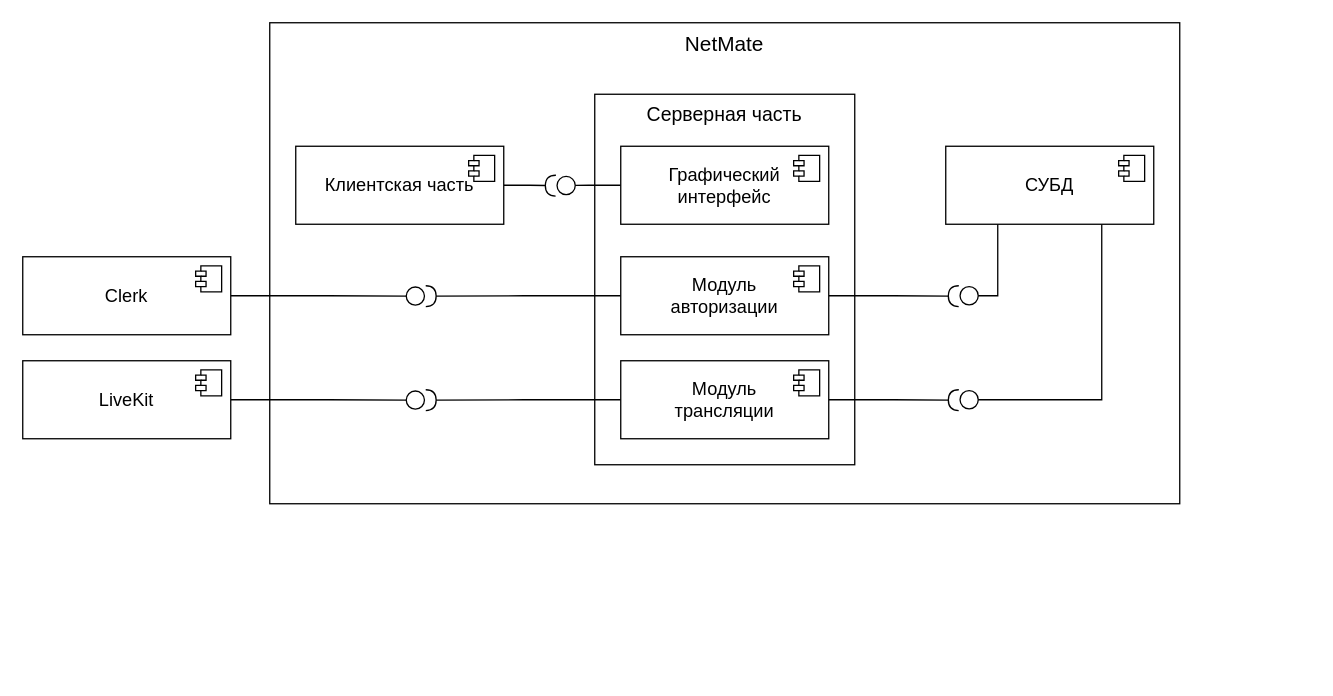
Above: page "Страница — 2" (2 of 3) of Курсовая Работа/Архитектура/Диаграмма компонентов.drawio in FaceMan01/Homework (draw.io), before the change. Source tidied: cells renumbered, new cells numbered last; positions are measured from the earlier drawing's top-left corner, leaving out a move shared by most shapes. Both pictures are drawn from the tidied source at 130%, with x=0, y=0 at pixel (22, 22).
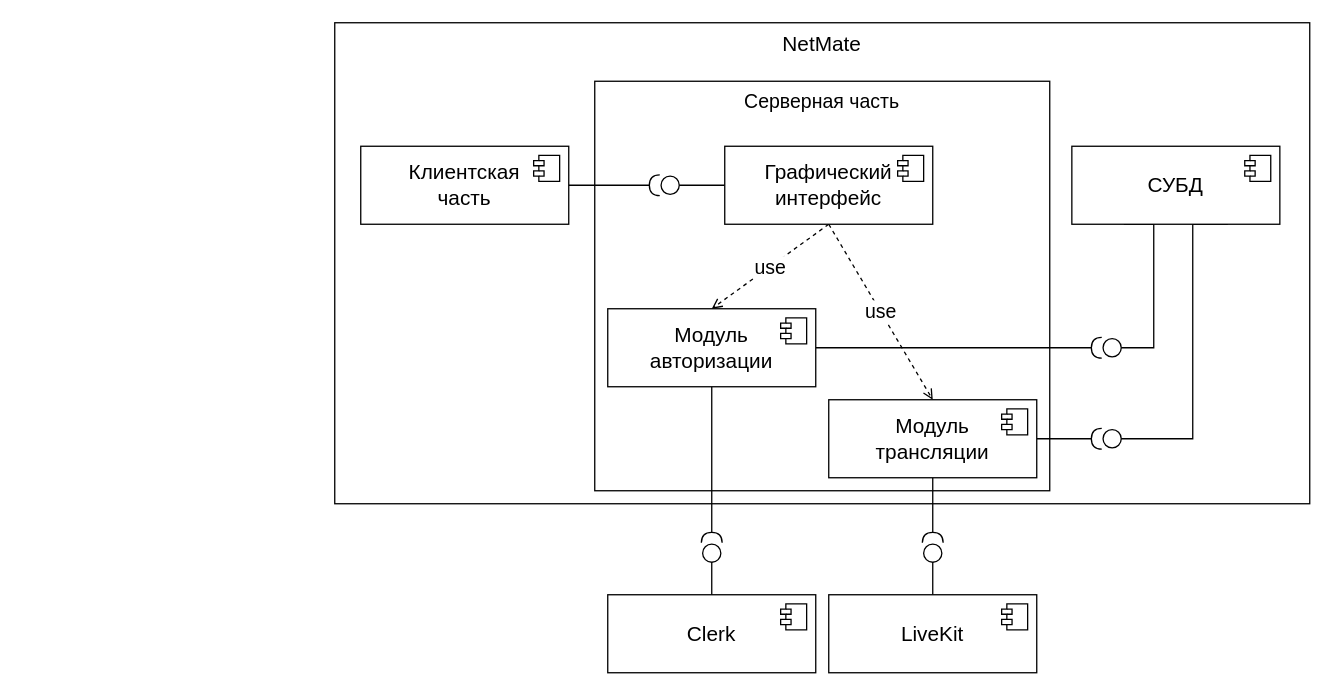
The same page after the edit.

What changed in the source:
```diff
@@
     <mxCell id="2" value="&lt;font style=&quot;font-size: 16px;&quot;&gt;NetMate&lt;/font&gt;" style="rounded=0;whiteSpace=wrap;html=1;align=center;verticalAlign=top;labelPosition=center;verticalLabelPosition=middle;" parent="1" vertex="1">
-      <mxGeometry x="190" width="700" height="370" as="geometry" />
+      <mxGeometry x="240" width="750" height="370" as="geometry" />
     </mxCell>
     <mxCell id="3" value="Серверная часть" style="html=1;whiteSpace=wrap;verticalAlign=top;fontSize=15;" parent="1" vertex="1">
-      <mxGeometry x="440" y="55" width="200" height="285" as="geometry" />
+      <mxGeometry x="440" y="45" width="350" height="315" as="geometry" />
     </mxCell>
-    <mxCell id="4" style="edgeStyle=orthogonalEdgeStyle;rounded=0;jettySize=auto;html=1;exitX=1;exitY=0.5;exitDx=0;exitDy=0;endArrow=halfCircle;endFill=0;" parent="1" edge="1" source="5">
+    <mxCell id="4" style="edgeStyle=orthogonalEdgeStyle;rounded=0;jettySize=auto;html=1;exitX=1;exitY=0.5;exitDx=0;exitDy=0;endArrow=halfCircle;endFill=0;fontSize=16;" parent="1" edge="1" source="5">
       <mxGeometry relative="1" as="geometry">
-        <mxPoint x="410" y="125.3" as="targetPoint" />
+        <mxPoint x="490" y="125" as="targetPoint" />
       </mxGeometry>
     </mxCell>
-    <mxCell id="5" value="&lt;span style=&quot;font-size: 14px;&quot;&gt;Клиентская часть&lt;/span&gt;" style="html=1;whiteSpace=wrap;fontSize=14;fontStyle=0;" parent="1" vertex="1">
-      <mxGeometry x="210" y="95" width="160" height="60" as="geometry" />
+    <mxCell id="5" value="&lt;span style=&quot;font-size: 16px;&quot;&gt;Клиентская&lt;br&gt;часть&lt;/span&gt;" style="html=1;whiteSpace=wrap;fontSize=16;fontStyle=0;" parent="1" vertex="1">
+      <mxGeometry x="260" y="95" width="160" height="60" as="geometry" />
     </mxCell>
-    <mxCell id="6" style="shape=module;jettyWidth=8;jettyHeight=4;fontSize=14;" parent="5" vertex="1">
+    <mxCell id="6" style="shape=module;jettyWidth=8;jettyHeight=4;fontSize=16;" parent="5" vertex="1">
       <mxGeometry x="1" width="20" height="20" relative="1" as="geometry">
         <mxPoint x="-27" y="7" as="offset" />
       </mxGeometry>
     </mxCell>
-    <mxCell id="7" style="edgeStyle=orthogonalEdgeStyle;rounded=0;jettySize=auto;html=1;exitX=0.25;exitY=1;exitDx=0;exitDy=0;endArrow=circle;endFill=0;" parent="1" edge="1" source="9">
-      <mxGeometry relative="1" as="geometry">
-        <mxPoint x="720" y="210" as="targetPoint" />
-        <Array as="points">
-          <mxPoint x="750" y="210" />
-        </Array>
-      </mxGeometry>
-    </mxCell>
-    <mxCell id="8" style="edgeStyle=orthogonalEdgeStyle;rounded=0;jettySize=auto;html=1;exitX=0.75;exitY=1;exitDx=0;exitDy=0;endArrow=circle;endFill=0;" parent="1" edge="1" source="9">
-      <mxGeometry relative="1" as="geometry">
-        <mxPoint x="720" y="290" as="targetPoint" />
-        <Array as="points">
-          <mxPoint x="830" y="290" />
-        </Array>
-      </mxGeometry>
-    </mxCell>
+    <mxCell id="28" style="edgeStyle=orthogonalEdgeStyle;rounded=0;jettySize=auto;html=1;exitX=0.25;exitY=1;exitDx=0;exitDy=0;endArrow=circle;endFill=0;" parent="1" edge="1" source="9">
+      <mxGeometry relative="1" as="geometry">
+        <mxPoint x="830" y="250" as="targetPoint" />
+        <Array as="points">
+          <mxPoint x="870" y="155" />
+          <mxPoint x="870" y="250" />
+        </Array>
+      </mxGeometry>
+    </mxCell>
+    <mxCell id="29" style="edgeStyle=orthogonalEdgeStyle;rounded=0;jettySize=auto;html=1;exitX=0.75;exitY=1;exitDx=0;exitDy=0;endArrow=circle;endFill=0;" parent="1" edge="1" source="9">
+      <mxGeometry relative="1" as="geometry">
+        <mxPoint x="830" y="320" as="targetPoint" />
+        <Array as="points">
+          <mxPoint x="900" y="155" />
+          <mxPoint x="900" y="320" />
+        </Array>
+      </mxGeometry>
+    </mxCell>
-    <mxCell id="9" value="&lt;span style=&quot;font-size: 14px;&quot;&gt;СУБД&lt;/span&gt;" style="html=1;whiteSpace=wrap;fontSize=14;fontStyle=0;" parent="1" vertex="1">
-      <mxGeometry x="710" y="95" width="160" height="60" as="geometry" />
+    <mxCell id="9" value="&lt;span style=&quot;font-size: 16px;&quot;&gt;СУБД&lt;/span&gt;" style="html=1;whiteSpace=wrap;fontSize=16;fontStyle=0;" parent="1" vertex="1">
+      <mxGeometry x="807" y="95" width="160" height="60" as="geometry" />
     </mxCell>
-    <mxCell id="10" style="shape=module;jettyWidth=8;jettyHeight=4;fontSize=14;" parent="9" vertex="1">
+    <mxCell id="10" style="shape=module;jettyWidth=8;jettyHeight=4;fontSize=16;" parent="9" vertex="1">
       <mxGeometry x="1" width="20" height="20" relative="1" as="geometry">
         <mxPoint x="-27" y="7" as="offset" />
       </mxGeometry>
     </mxCell>
-    <mxCell id="11" style="edgeStyle=orthogonalEdgeStyle;rounded=0;jettySize=auto;html=1;exitX=1;exitY=0.5;exitDx=0;exitDy=0;endArrow=halfCircle;endFill=0;" parent="1" edge="1" source="13">
-      <mxGeometry relative="1" as="geometry">
-        <mxPoint x="720" y="210.3" as="targetPoint" />
-      </mxGeometry>
-    </mxCell>
-    <mxCell id="12" style="edgeStyle=orthogonalEdgeStyle;rounded=0;jettySize=auto;html=1;exitX=0;exitY=0.5;exitDx=0;exitDy=0;endArrow=halfCircle;endFill=0;" parent="1" edge="1" source="13">
-      <mxGeometry relative="1" as="geometry">
-        <mxPoint x="310" y="210.3" as="targetPoint" />
-      </mxGeometry>
-    </mxCell>
+    <mxCell id="30" style="edgeStyle=orthogonalEdgeStyle;rounded=0;jettySize=auto;html=1;exitX=0.5;exitY=1;exitDx=0;exitDy=0;fontSize=16;endArrow=halfCircle;endFill=0;" parent="1" edge="1" source="13">
+      <mxGeometry relative="1" as="geometry">
+        <mxPoint x="530" y="400" as="targetPoint" />
+      </mxGeometry>
+    </mxCell>
+    <mxCell id="31" style="edgeStyle=orthogonalEdgeStyle;rounded=0;jettySize=auto;html=1;exitX=1;exitY=0.5;exitDx=0;exitDy=0;endArrow=halfCircle;endFill=0;" parent="1" edge="1" source="13">
+      <mxGeometry relative="1" as="geometry">
+        <mxPoint x="830" y="250" as="targetPoint" />
+      </mxGeometry>
+    </mxCell>
-    <mxCell id="13" value="&lt;span style=&quot;font-size: 14px;&quot;&gt;Модуль&lt;br&gt;авторизации&lt;/span&gt;" style="html=1;whiteSpace=wrap;fontSize=14;fontStyle=0;" parent="1" vertex="1">
-      <mxGeometry x="460" y="180" width="160" height="60" as="geometry" />
+    <mxCell id="13" value="&lt;span style=&quot;font-size: 16px;&quot;&gt;Модуль&lt;br style=&quot;font-size: 16px;&quot;&gt;авторизации&lt;/span&gt;" style="html=1;whiteSpace=wrap;fontSize=16;fontStyle=0;" parent="1" vertex="1">
+      <mxGeometry x="450" y="220" width="160" height="60" as="geometry" />
     </mxCell>
-    <mxCell id="14" style="shape=module;jettyWidth=8;jettyHeight=4;fontSize=14;" parent="13" vertex="1">
+    <mxCell id="14" style="shape=module;jettyWidth=8;jettyHeight=4;fontSize=16;" parent="13" vertex="1">
       <mxGeometry x="1" width="20" height="20" relative="1" as="geometry">
         <mxPoint x="-27" y="7" as="offset" />
       </mxGeometry>
     </mxCell>
-    <mxCell id="15" style="edgeStyle=orthogonalEdgeStyle;rounded=0;jettySize=auto;html=1;exitX=1;exitY=0.5;exitDx=0;exitDy=0;endArrow=halfCircle;endFill=0;" parent="1" edge="1" source="17">
-      <mxGeometry relative="1" as="geometry">
-        <mxPoint x="720" y="290.3" as="targetPoint" />
-      </mxGeometry>
-    </mxCell>
-    <mxCell id="16" style="edgeStyle=orthogonalEdgeStyle;rounded=0;jettySize=auto;html=1;exitX=0;exitY=0.5;exitDx=0;exitDy=0;endArrow=halfCircle;endFill=0;" parent="1" edge="1" source="17">
-      <mxGeometry relative="1" as="geometry">
-        <mxPoint x="310" y="290.3" as="targetPoint" />
-      </mxGeometry>
-    </mxCell>
+    <mxCell id="32" style="edgeStyle=orthogonalEdgeStyle;rounded=0;jettySize=auto;html=1;exitX=0.5;exitY=1;exitDx=0;exitDy=0;fontSize=16;endArrow=halfCircle;endFill=0;" parent="1" edge="1" source="17">
+      <mxGeometry relative="1" as="geometry">
+        <mxPoint x="700" y="400" as="targetPoint" />
+      </mxGeometry>
+    </mxCell>
+    <mxCell id="33" style="edgeStyle=orthogonalEdgeStyle;rounded=0;jettySize=auto;html=1;exitX=1;exitY=0.5;exitDx=0;exitDy=0;endArrow=halfCircle;endFill=0;" parent="1" edge="1" source="17">
+      <mxGeometry relative="1" as="geometry">
+        <mxPoint x="830" y="320" as="targetPoint" />
+      </mxGeometry>
+    </mxCell>
-    <mxCell id="17" value="&lt;span style=&quot;font-size: 14px;&quot;&gt;Модуль &lt;br&gt;трансляции&lt;/span&gt;" style="html=1;whiteSpace=wrap;fontSize=14;fontStyle=0;" parent="1" vertex="1">
-      <mxGeometry x="460" y="260" width="160" height="60" as="geometry" />
+    <mxCell id="17" value="&lt;span style=&quot;font-size: 16px;&quot;&gt;Модуль &lt;br style=&quot;font-size: 16px;&quot;&gt;трансляции&lt;/span&gt;" style="html=1;whiteSpace=wrap;fontSize=16;fontStyle=0;" parent="1" vertex="1">
+      <mxGeometry x="620" y="290" width="160" height="60" as="geometry" />
     </mxCell>
-    <mxCell id="18" style="shape=module;jettyWidth=8;jettyHeight=4;fontSize=14;" parent="17" vertex="1">
+    <mxCell id="18" style="shape=module;jettyWidth=8;jettyHeight=4;fontSize=16;" parent="17" vertex="1">
       <mxGeometry x="1" width="20" height="20" relative="1" as="geometry">
         <mxPoint x="-27" y="7" as="offset" />
       </mxGeometry>
     </mxCell>
-    <mxCell id="19" style="edgeStyle=orthogonalEdgeStyle;rounded=0;jettySize=auto;html=1;exitX=0;exitY=0.5;exitDx=0;exitDy=0;endArrow=circle;endFill=0;" parent="1" edge="1" source="20">
+    <mxCell id="19" style="edgeStyle=orthogonalEdgeStyle;rounded=0;jettySize=auto;html=1;exitX=0;exitY=0.5;exitDx=0;exitDy=0;endArrow=circle;endFill=0;fontSize=16;" parent="1" edge="1" source="20">
       <mxGeometry relative="1" as="geometry">
-        <mxPoint x="410" y="125.3" as="targetPoint" />
+        <mxPoint x="490" y="125" as="targetPoint" />
       </mxGeometry>
     </mxCell>
+    <mxCell id="34" value="use" style="rounded=0;jettySize=auto;html=1;exitX=0.5;exitY=1;exitDx=0;exitDy=0;entryX=0.5;entryY=0;entryDx=0;entryDy=0;dashed=1;endArrow=open;endFill=0;fontSize=15;" parent="1" edge="1" source="20" target="13">
+      <mxGeometry relative="1" as="geometry" />
+    </mxCell>
+    <mxCell id="35" value="use" style="rounded=0;jettySize=auto;html=1;exitX=0.5;exitY=1;exitDx=0;exitDy=0;entryX=0.5;entryY=0;entryDx=0;entryDy=0;endArrow=open;endFill=0;dashed=1;fontSize=15;" parent="1" edge="1" source="20" target="17">
+      <mxGeometry relative="1" as="geometry" />
+    </mxCell>
-    <mxCell id="20" value="Графический&lt;br&gt;интерфейс" style="html=1;whiteSpace=wrap;fontSize=14;fontStyle=0;" parent="1" vertex="1">
-      <mxGeometry x="460" y="95" width="160" height="60" as="geometry" />
+    <mxCell id="20" value="Графический&lt;br style=&quot;font-size: 16px;&quot;&gt;интерфейс" style="html=1;whiteSpace=wrap;fontSize=16;fontStyle=0;" parent="1" vertex="1">
+      <mxGeometry x="540" y="95" width="160" height="60" as="geometry" />
     </mxCell>
-    <mxCell id="21" style="shape=module;jettyWidth=8;jettyHeight=4;fontSize=14;" parent="20" vertex="1">
+    <mxCell id="21" style="shape=module;jettyWidth=8;jettyHeight=4;fontSize=16;" parent="20" vertex="1">
       <mxGeometry x="1" width="20" height="20" relative="1" as="geometry">
         <mxPoint x="-27" y="7" as="offset" />
       </mxGeometry>
     </mxCell>
-    <mxCell id="22" style="edgeStyle=orthogonalEdgeStyle;rounded=0;jettySize=auto;html=1;exitX=1;exitY=0.5;exitDx=0;exitDy=0;endArrow=circle;endFill=0;" parent="1" edge="1" source="23">
-      <mxGeometry relative="1" as="geometry">
-        <mxPoint x="310" y="290.3" as="targetPoint" />
-      </mxGeometry>
-    </mxCell>
+    <mxCell id="36" style="edgeStyle=orthogonalEdgeStyle;rounded=0;jettySize=auto;html=1;exitX=0.5;exitY=0;exitDx=0;exitDy=0;fontSize=16;endArrow=circle;endFill=0;" parent="1" edge="1" source="23">
+      <mxGeometry relative="1" as="geometry">
+        <mxPoint x="700" y="400" as="targetPoint" />
+      </mxGeometry>
+    </mxCell>
-    <mxCell id="23" value="LiveKit" style="html=1;whiteSpace=wrap;fontSize=14;fontStyle=0;" parent="1" vertex="1">
-      <mxGeometry y="260" width="160" height="60" as="geometry" />
+    <mxCell id="23" value="LiveKit" style="html=1;whiteSpace=wrap;fontSize=16;fontStyle=0;" parent="1" vertex="1">
+      <mxGeometry x="620" y="440" width="160" height="60" as="geometry" />
     </mxCell>
-    <mxCell id="24" style="shape=module;jettyWidth=8;jettyHeight=4;fontSize=14;" parent="23" vertex="1">
+    <mxCell id="24" style="shape=module;jettyWidth=8;jettyHeight=4;fontSize=16;" parent="23" vertex="1">
       <mxGeometry x="1" width="20" height="20" relative="1" as="geometry">
         <mxPoint x="-27" y="7" as="offset" />
       </mxGeometry>
     </mxCell>
-    <mxCell id="25" style="edgeStyle=orthogonalEdgeStyle;rounded=0;jettySize=auto;html=1;exitX=1;exitY=0.5;exitDx=0;exitDy=0;endArrow=circle;endFill=0;" parent="1" edge="1" source="26">
-      <mxGeometry relative="1" as="geometry">
-        <mxPoint x="310" y="210.3" as="targetPoint" />
-      </mxGeometry>
-    </mxCell>
+    <mxCell id="37" style="edgeStyle=orthogonalEdgeStyle;rounded=0;jettySize=auto;html=1;exitX=0.5;exitY=0;exitDx=0;exitDy=0;fontSize=16;endArrow=circle;endFill=0;" parent="1" edge="1" source="26">
+      <mxGeometry relative="1" as="geometry">
+        <mxPoint x="530" y="400" as="targetPoint" />
+      </mxGeometry>
+    </mxCell>
-    <mxCell id="26" value="Clerk" style="html=1;whiteSpace=wrap;fontSize=14;fontStyle=0;" parent="1" vertex="1">
-      <mxGeometry y="180" width="160" height="60" as="geometry" />
+    <mxCell id="26" value="Clerk" style="html=1;whiteSpace=wrap;fontSize=16;fontStyle=0;" parent="1" vertex="1">
+      <mxGeometry x="450" y="440" width="160" height="60" as="geometry" />
     </mxCell>
-    <mxCell id="27" style="shape=module;jettyWidth=8;jettyHeight=4;fontSize=14;" parent="26" vertex="1">
+    <mxCell id="27" style="shape=module;jettyWidth=8;jettyHeight=4;fontSize=16;" parent="26" vertex="1">
       <mxGeometry x="1" width="20" height="20" relative="1" as="geometry">
         <mxPoint x="-27" y="7" as="offset" />
       </mxGeometry>
     </mxCell>
```
